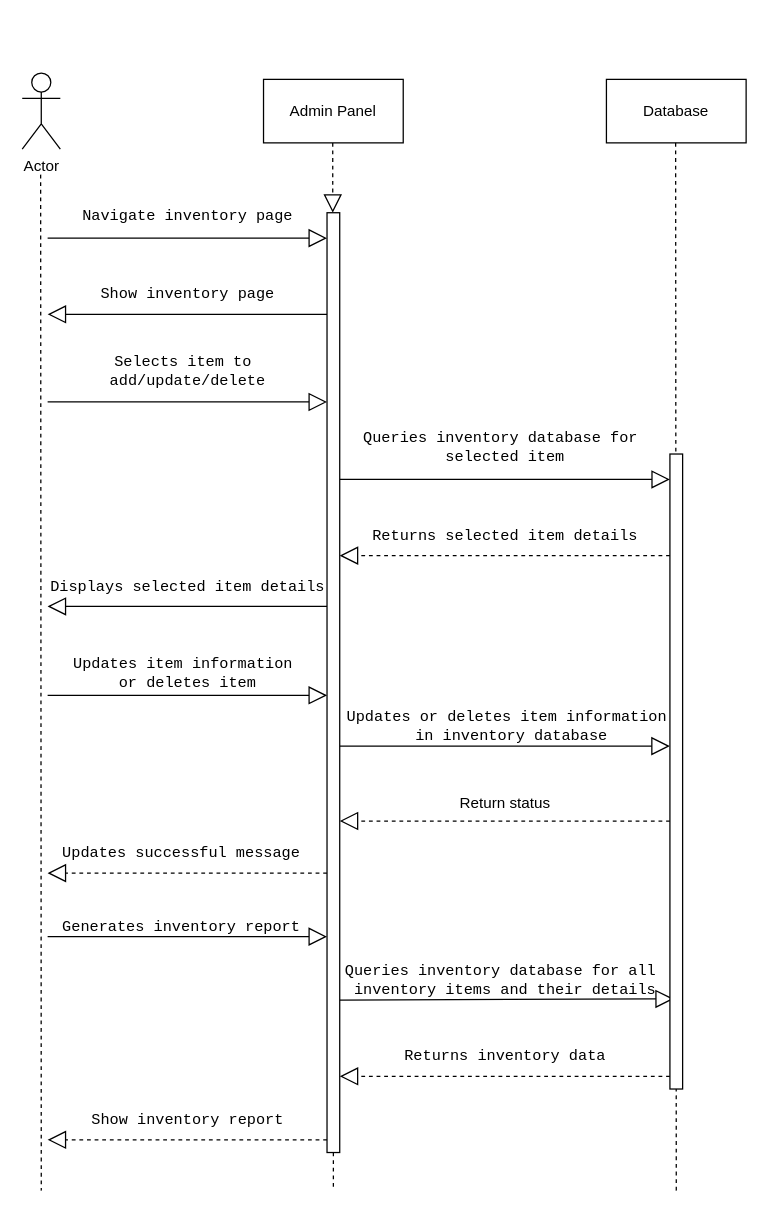
CodeSithum/sequencediagram keeps this draw.io diagram as inventary diagram.drawio. Above is the earlier version. Source tidied: cells renumbered, new cells numbered last; positions are measured from the earlier drawing's top-left corner, leaving out a move shared by most shapes. Both pictures are drawn from the tidied source at 127%, with x=0, y=0 at pixel (22, 72).
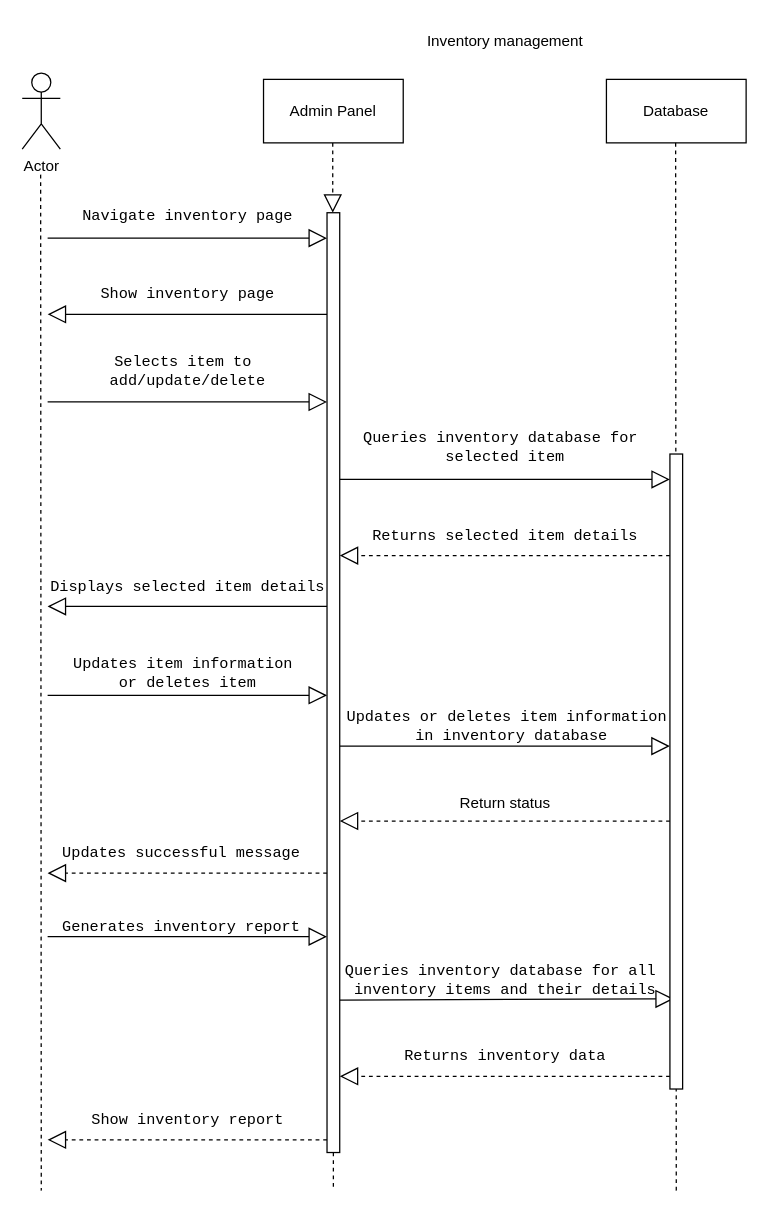
After the change.

Diff of the diagram source:
```diff
@@
+    <mxCell id="39" value="Inventory management" style="text;html=1;align=center;verticalAlign=middle;strokeColor=none;fillColor=none;" parent="1" vertex="1">
+      <mxGeometry x="305" y="-40" width="150" height="30" as="geometry" />
+    </mxCell>
```
